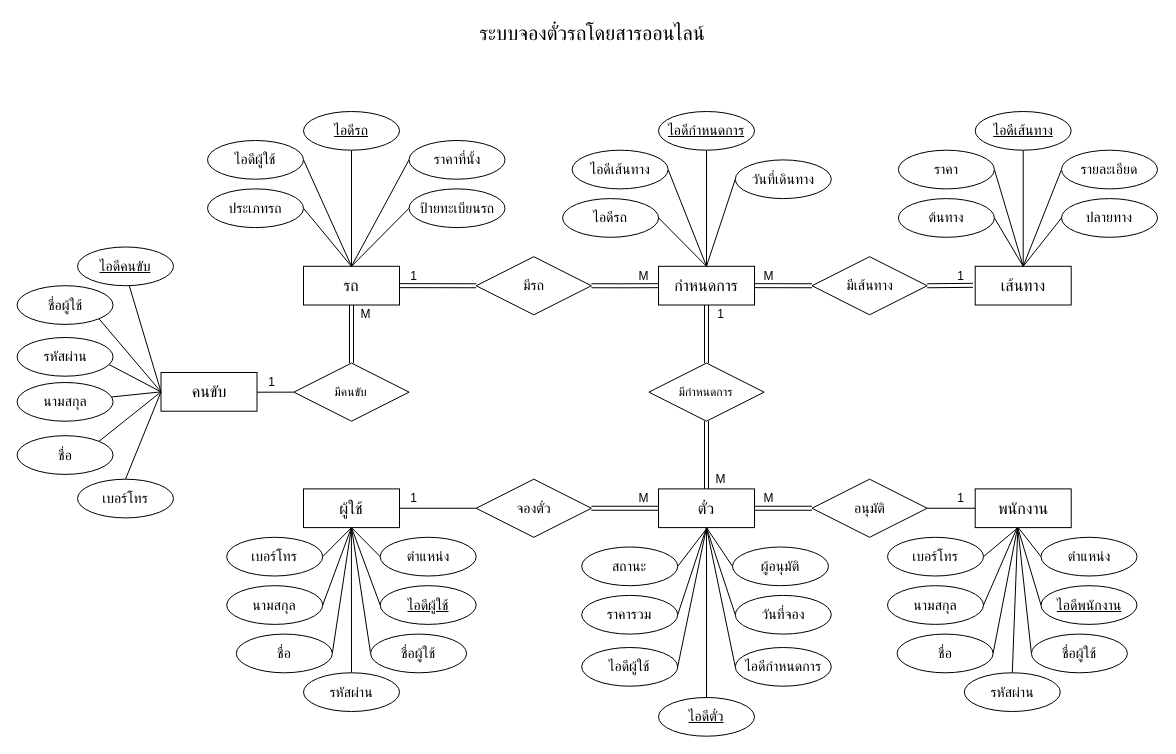
Earlier version of the draw.io diagram Database.drawio (NopXx/bus_ticket). Source tidied: cells renumbered, new cells numbered last; positions are measured from the earlier drawing's top-left corner, leaving out a move shared by most shapes. Both pictures are drawn from the tidied source at 100%, with x=0, y=0 at pixel (17, 17).
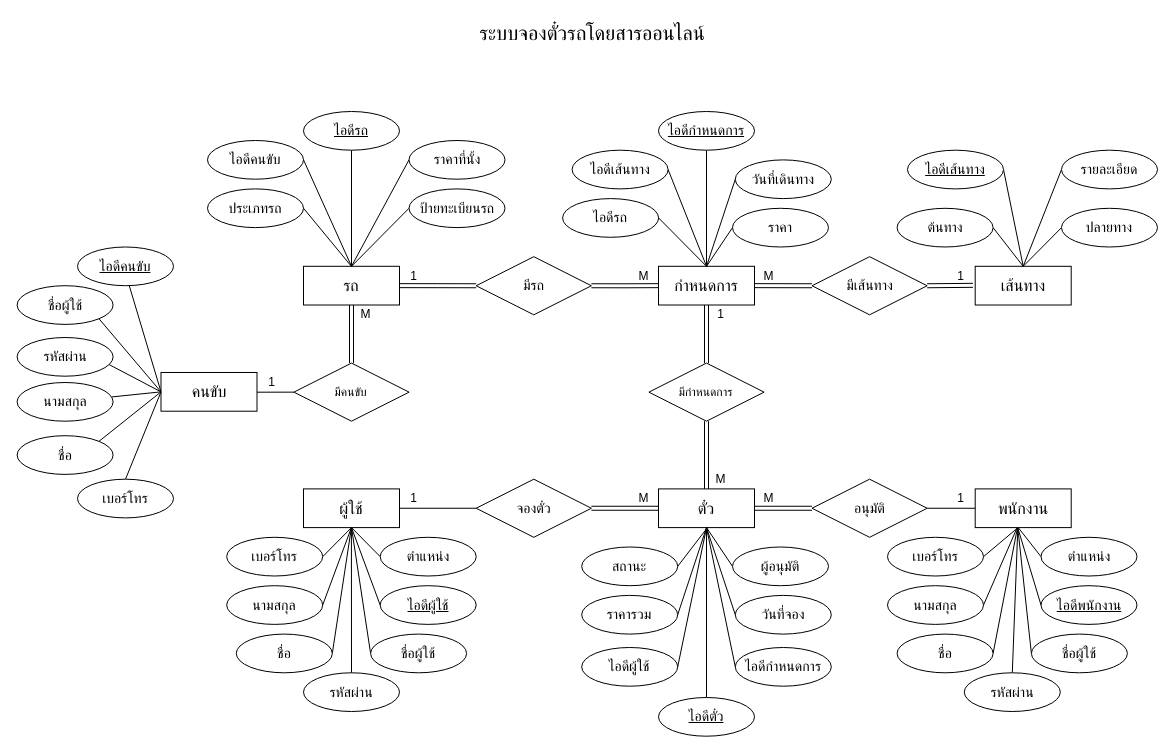
The same diagram, later.

Unchanged cells that the change refers to:
```xml
<mxCell id="32" value="กำหนดการ" style="whiteSpace=wrap;html=1;align=center;fontSize=16;" parent="1" vertex="1">
  <mxGeometry x="641" y="248.8" width="96" height="38.7" as="geometry" />
</mxCell>
<mxCell id="44" value="เส้นทาง" style="whiteSpace=wrap;html=1;align=center;fontSize=16;" parent="1" vertex="1">
  <mxGeometry x="957.7" y="248.8" width="96" height="38.7" as="geometry" />
</mxCell>
```

Diff of the diagram source:
```diff
@@
-    <mxCell id="25" value="ไอดีผู้ใช้" style="ellipse;whiteSpace=wrap;html=1;align=center;fontStyle=0;fontSize=14;labelPosition=center;verticalLabelPosition=middle;verticalAlign=middle;" parent="1" vertex="1">
+    <mxCell id="25" value="ไอดีคนขับ" style="ellipse;whiteSpace=wrap;html=1;align=center;fontStyle=0;fontSize=14;labelPosition=center;verticalLabelPosition=middle;verticalAlign=middle;" parent="1" vertex="1">
       <mxGeometry x="190" y="123" width="96" height="38.7" as="geometry" />
     </mxCell>
@@
-    <mxCell id="45" style="edgeStyle=orthogonalEdgeStyle;rounded=0;jettySize=auto;html=1;exitX=0.5;exitY=1;exitDx=0;exitDy=0;endArrow=none;endFill=0;" parent="1" edge="1" source="46" target="44">
+    <mxCell id="45" style="rounded=0;jettySize=auto;html=1;exitX=1;exitY=0.5;exitDx=0;exitDy=0;endArrow=none;endFill=0;entryX=0.5;entryY=0;entryDx=0;entryDy=0;" parent="1" edge="1" source="46" target="44">
       <mxGeometry relative="1" as="geometry" />
     </mxCell>
     <mxCell id="46" value="ไอดีเส้นทาง" style="ellipse;whiteSpace=wrap;html=1;align=center;fontStyle=4;fontSize=14;" parent="1" vertex="1">
-      <mxGeometry x="957.7" y="94" width="96" height="38.7" as="geometry" />
+      <mxGeometry x="890" y="132.7" width="96" height="38.7" as="geometry" />
     </mxCell>
-    <mxCell id="47" style="rounded=0;jettySize=auto;html=1;exitX=1;exitY=0.5;exitDx=0;exitDy=0;entryX=0.5;entryY=0;entryDx=0;entryDy=0;endArrow=none;endFill=0;" parent="1" edge="1" source="48" target="44">
+    <mxCell id="47" style="rounded=0;jettySize=auto;html=1;exitX=0;exitY=0.5;exitDx=0;exitDy=0;entryX=0.5;entryY=0;entryDx=0;entryDy=0;endArrow=none;endFill=0;" parent="1" edge="1" source="48" target="32">
       <mxGeometry relative="1" as="geometry" />
     </mxCell>
     <mxCell id="48" value="ราคา" style="ellipse;whiteSpace=wrap;html=1;align=center;fontSize=14;" parent="1" vertex="1">
-      <mxGeometry x="880.9" y="132.7" width="96" height="38.7" as="geometry" />
+      <mxGeometry x="715" y="190.8" width="96" height="38.7" as="geometry" />
     </mxCell>
@@
     <mxCell id="52" value="ต้นทาง" style="ellipse;whiteSpace=wrap;html=1;align=center;fontSize=14;" parent="1" vertex="1">
-      <mxGeometry x="880.9" y="181.1" width="96" height="38.7" as="geometry" />
+      <mxGeometry x="879.6" y="190.8" width="96" height="38.7" as="geometry" />
     </mxCell>
@@
     <mxCell id="54" value="ปลายทาง" style="ellipse;whiteSpace=wrap;html=1;align=center;fontSize=14;" parent="1" vertex="1">
-      <mxGeometry x="1044" y="181.1" width="96" height="38.7" as="geometry" />
+      <mxGeometry x="1044" y="190.8" width="96" height="38.7" as="geometry" />
     </mxCell>
```
